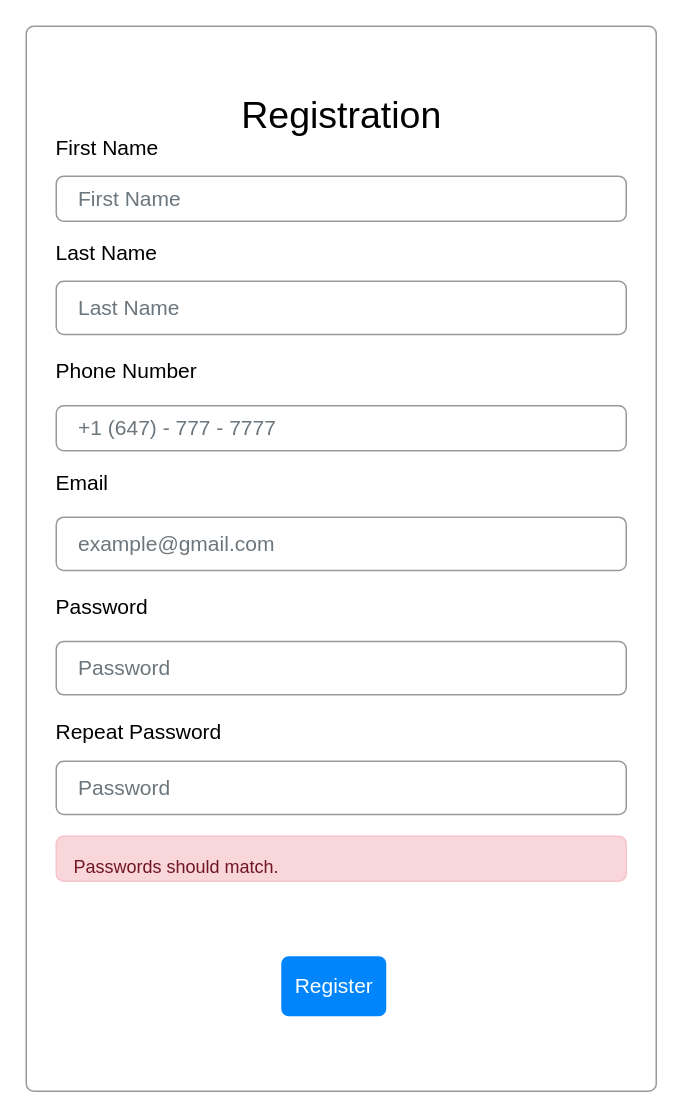
The draw.io diagram Wireframe_Mockups/RegistrationPage.drawio in Awrmani/AutoQuotes, before the edit. Source tidied: cells renumbered, new cells numbered last; positions are measured from the earlier drawing's top-left corner, leaving out a move shared by most shapes. Both pictures are drawn from the tidied source at 150%, with x=0, y=0 at pixel (26, 26).
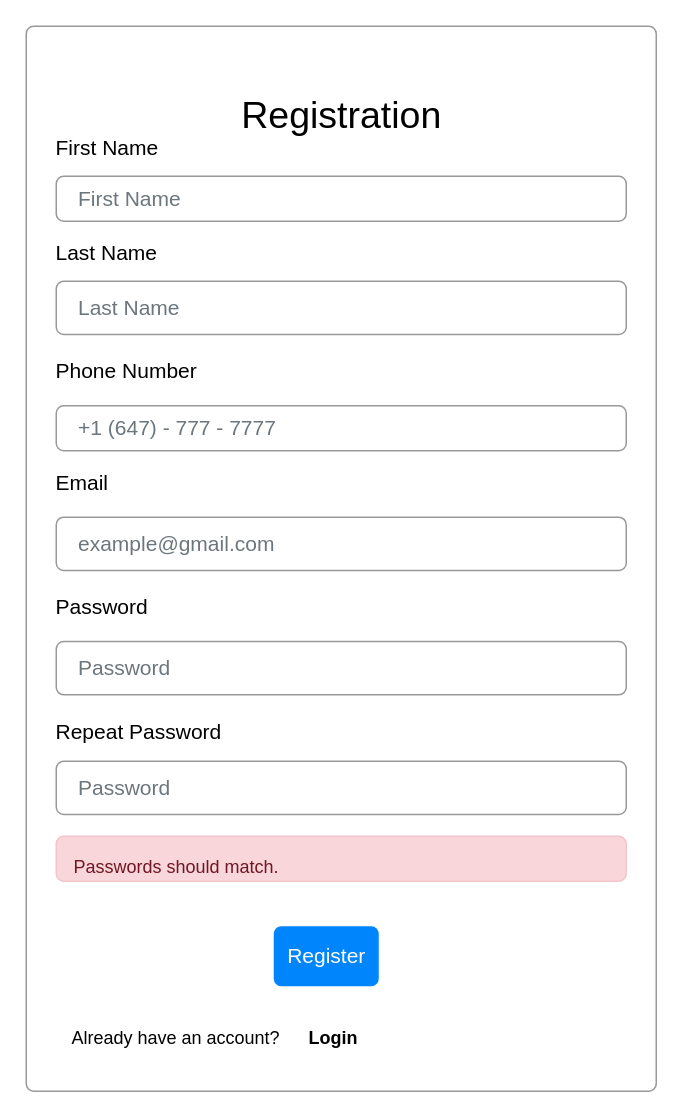
After the change.

Unchanged cells that the change refers to:
```xml
<mxCell id="2" style="html=1;shadow=0;dashed=0;shape=mxgraph.bootstrap.rrect;rSize=5;fillColor=#ffffff;strokeColor=#999999;" parent="1" vertex="1">
  <mxGeometry width="420" height="710" as="geometry" />
</mxCell>
```

The edit, as a diff of the source:
```diff
@@
     <mxCell id="7" value="Register" style="html=1;shadow=0;dashed=0;shape=mxgraph.bootstrap.rrect;rSize=5;fillColor=#0085FC;strokeColor=none;align=center;fontSize=14;fontColor=#FFFFFF;" parent="2" vertex="1">
       <mxGeometry width="70" height="40" relative="1" as="geometry">
-        <mxPoint x="170" y="620" as="offset" />
+        <mxPoint x="165" y="600" as="offset" />
       </mxGeometry>
     </mxCell>
@@
+    <mxCell id="18" value="Already have an account?" style="text;html=1;strokeColor=none;fillColor=none;align=center;verticalAlign=middle;whiteSpace=wrap;rounded=0;" parent="2" vertex="1">
+      <mxGeometry x="15" y="660" width="170" height="30" as="geometry" />
+    </mxCell>
+    <mxCell id="19" value="&lt;b&gt;Login&lt;/b&gt;" style="text;html=1;strokeColor=none;fillColor=none;align=center;verticalAlign=middle;whiteSpace=wrap;rounded=0;" parent="2" vertex="1">
+      <mxGeometry x="175" y="660" width="60" height="30" as="geometry" />
+    </mxCell>
```
